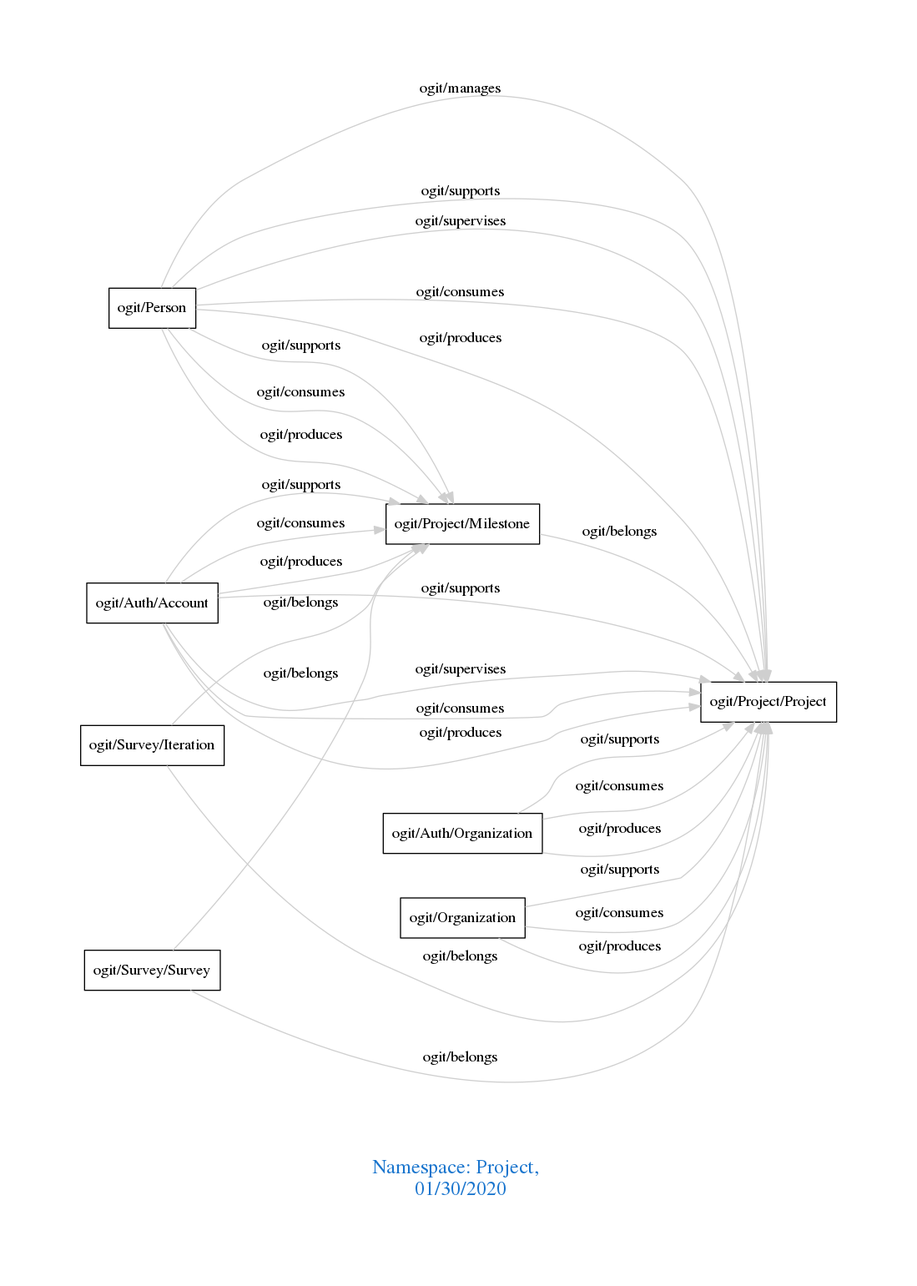
This is downloads/Project.png from arago/OGIT, a Graphviz export, as it was before one commit. Its source is kept beside it as downloads/Project.dot.
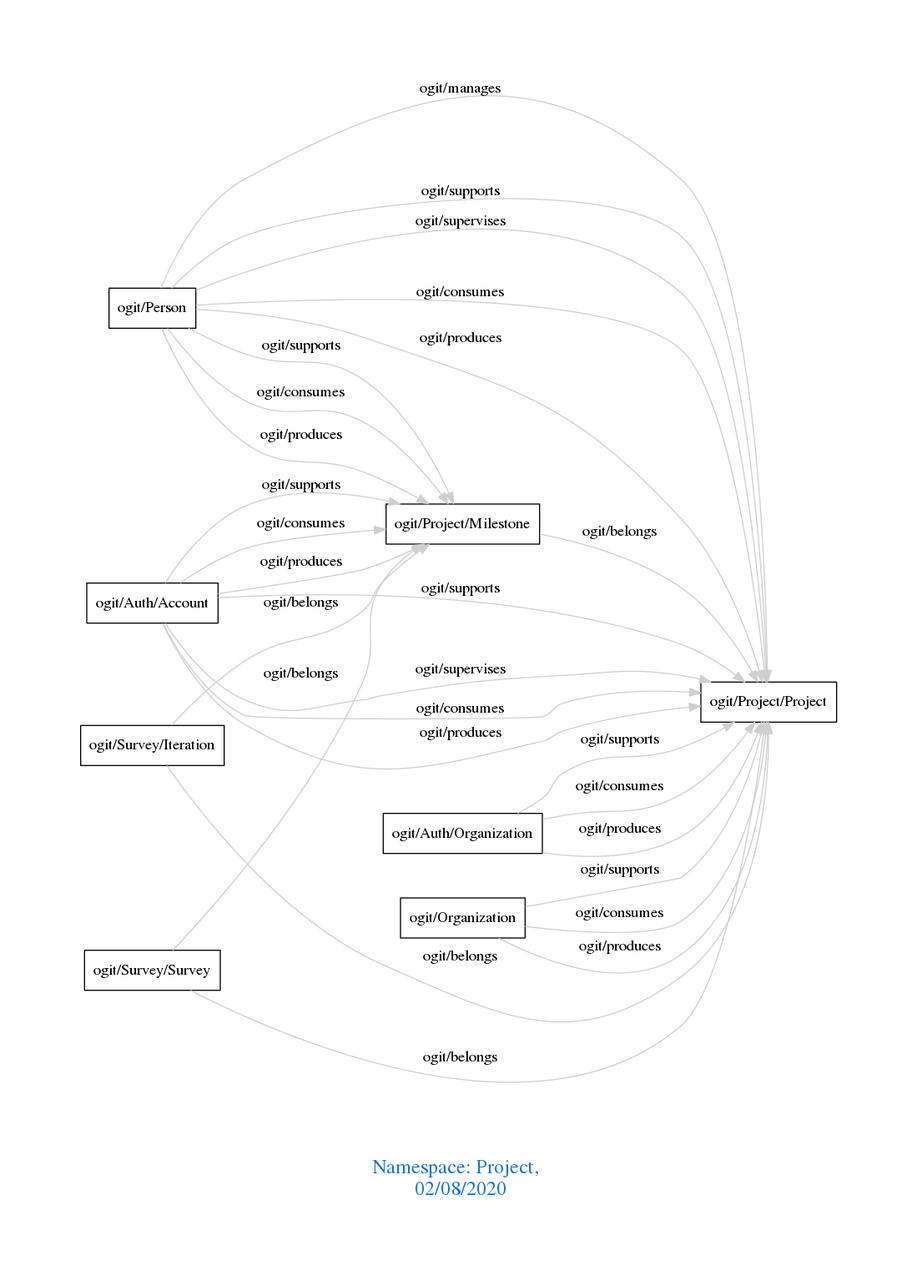
After the commit.

What changed in the source:
```diff
@@ -1,7 +1,7 @@
 digraph OGIT_ontology {
  graph [ rankdir= LR,pad=1
 fontsize = 18,
-fontcolor= dodgerblue3,label = "\n\n\nNamespace: Project, \n 01/30/2020"];
+fontcolor= dodgerblue3,label = "\n\n\nNamespace: Project, \n 02/08/2020"];
 node[shape=polygon];
 edge [  color="gray81"];
 
```
